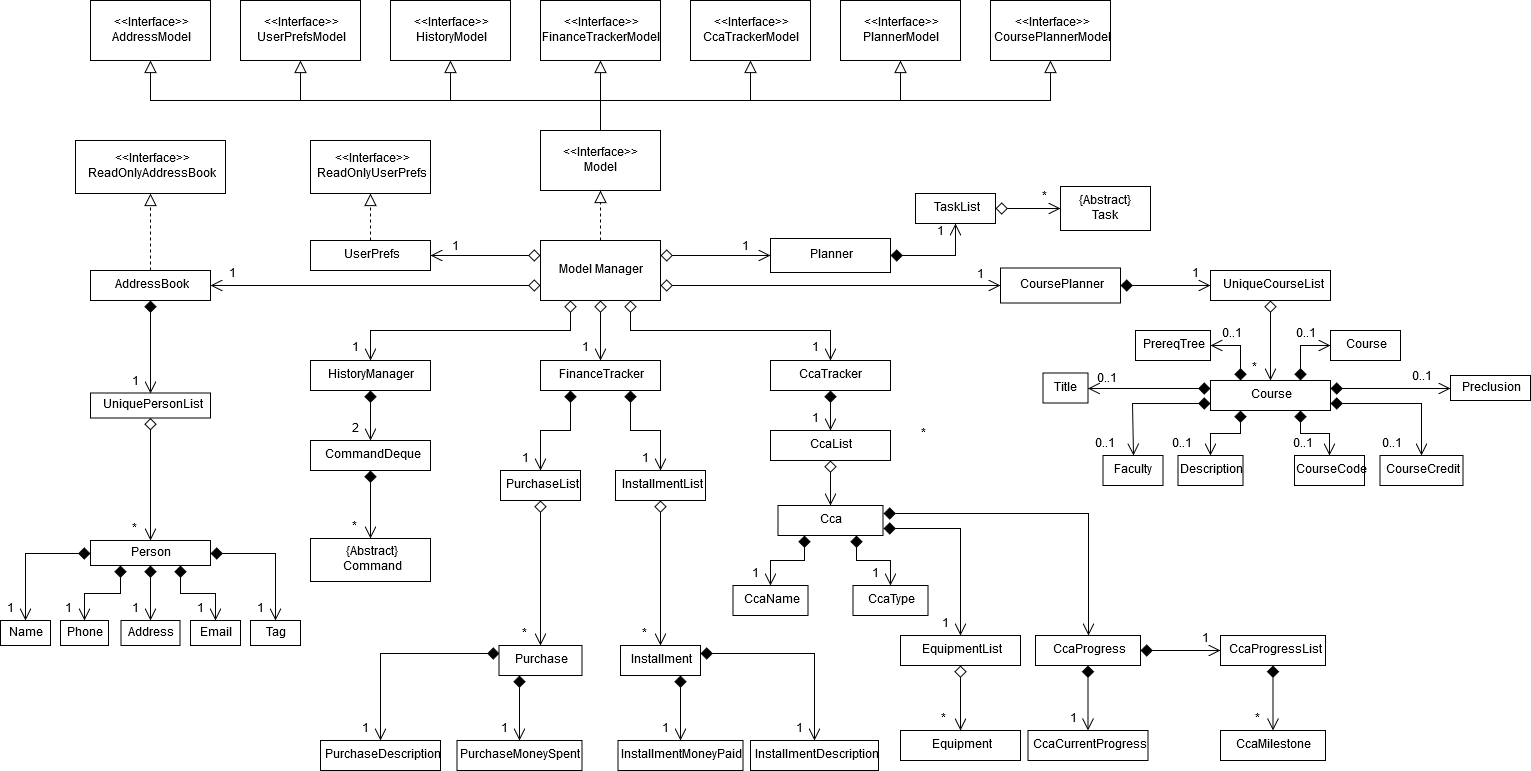
The draw.io diagram docs/images/ModelDiagram.png in nus-cs2103-AY1920S1/addressbook-level3, before a commit. Source tidied: cells renumbered, new cells last; positions are measured from the earlier drawing's top-left corner, leaving out a move shared by most shapes.
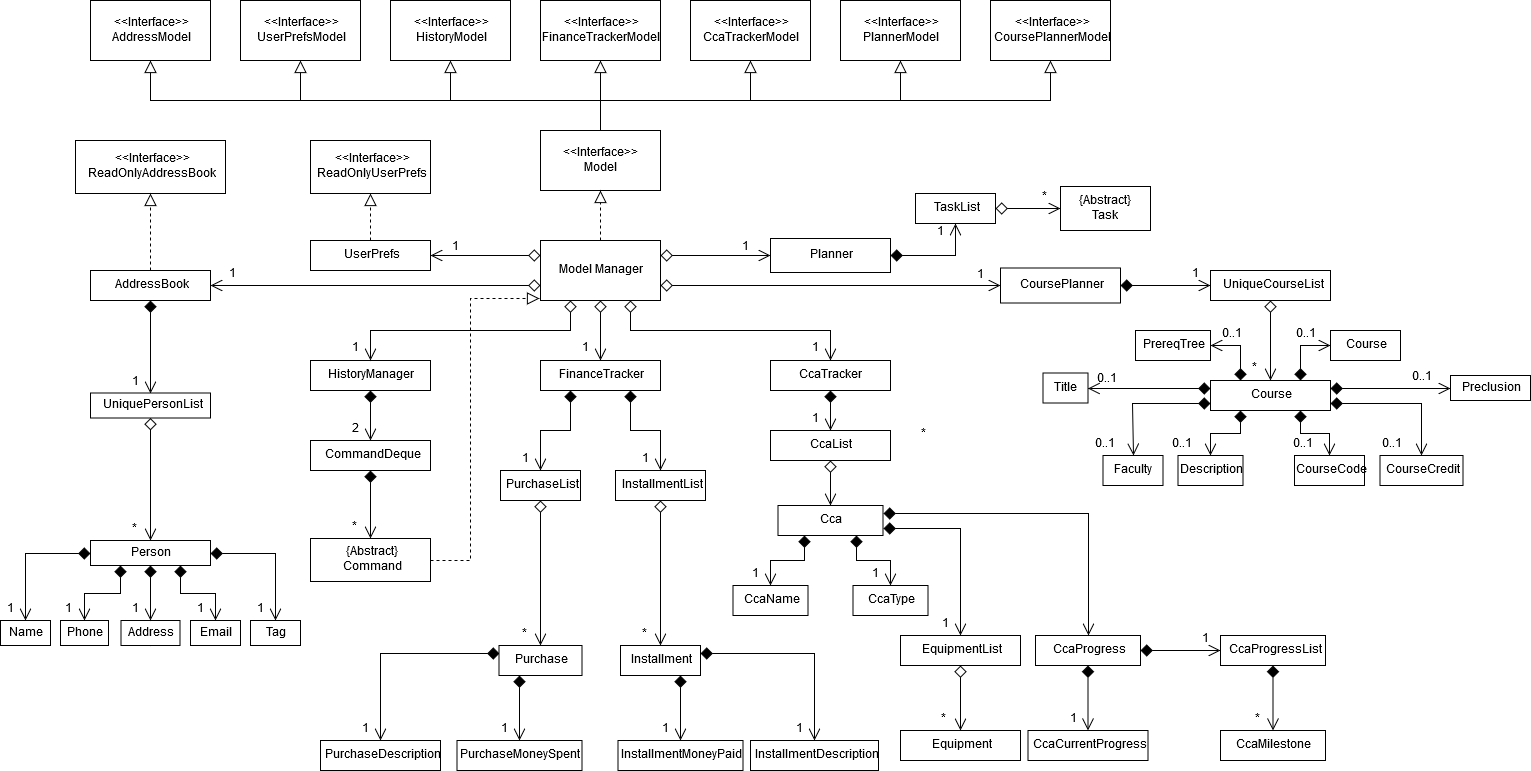
After the change.

Diff of the diagram source:
```diff
@@ -282,6 +282,14 @@
     <mxCell id="82" value="CommandDeque" style="rounded=0;whiteSpace=wrap;html=1;" parent="1" vertex="1">
       <mxGeometry x="310" y="440" width="120" height="30" as="geometry" />
     </mxCell>
+    <mxCell id="161" style="edgeStyle=orthogonalEdgeStyle;rounded=0;jettySize=auto;html=1;startArrow=none;startFill=0;startSize=10;endArrow=block;endFill=0;endSize=10;dashed=1;entryX=-0.008;entryY=0.967;entryDx=0;entryDy=0;entryPerimeter=0;" parent="1" edge="1" source="83" target="23">
+      <mxGeometry relative="1" as="geometry">
+        <Array as="points">
+          <mxPoint x="470" y="560" />
+          <mxPoint x="470" y="298" />
+        </Array>
+      </mxGeometry>
+    </mxCell>
     <mxCell id="83" value="{Abstract}&lt;br&gt;&lt;div&gt;Command&lt;/div&gt;" style="rounded=0;whiteSpace=wrap;html=1;" parent="1" vertex="1">
       <mxGeometry x="310" y="538" width="120" height="43" as="geometry" />
     </mxCell>
```
